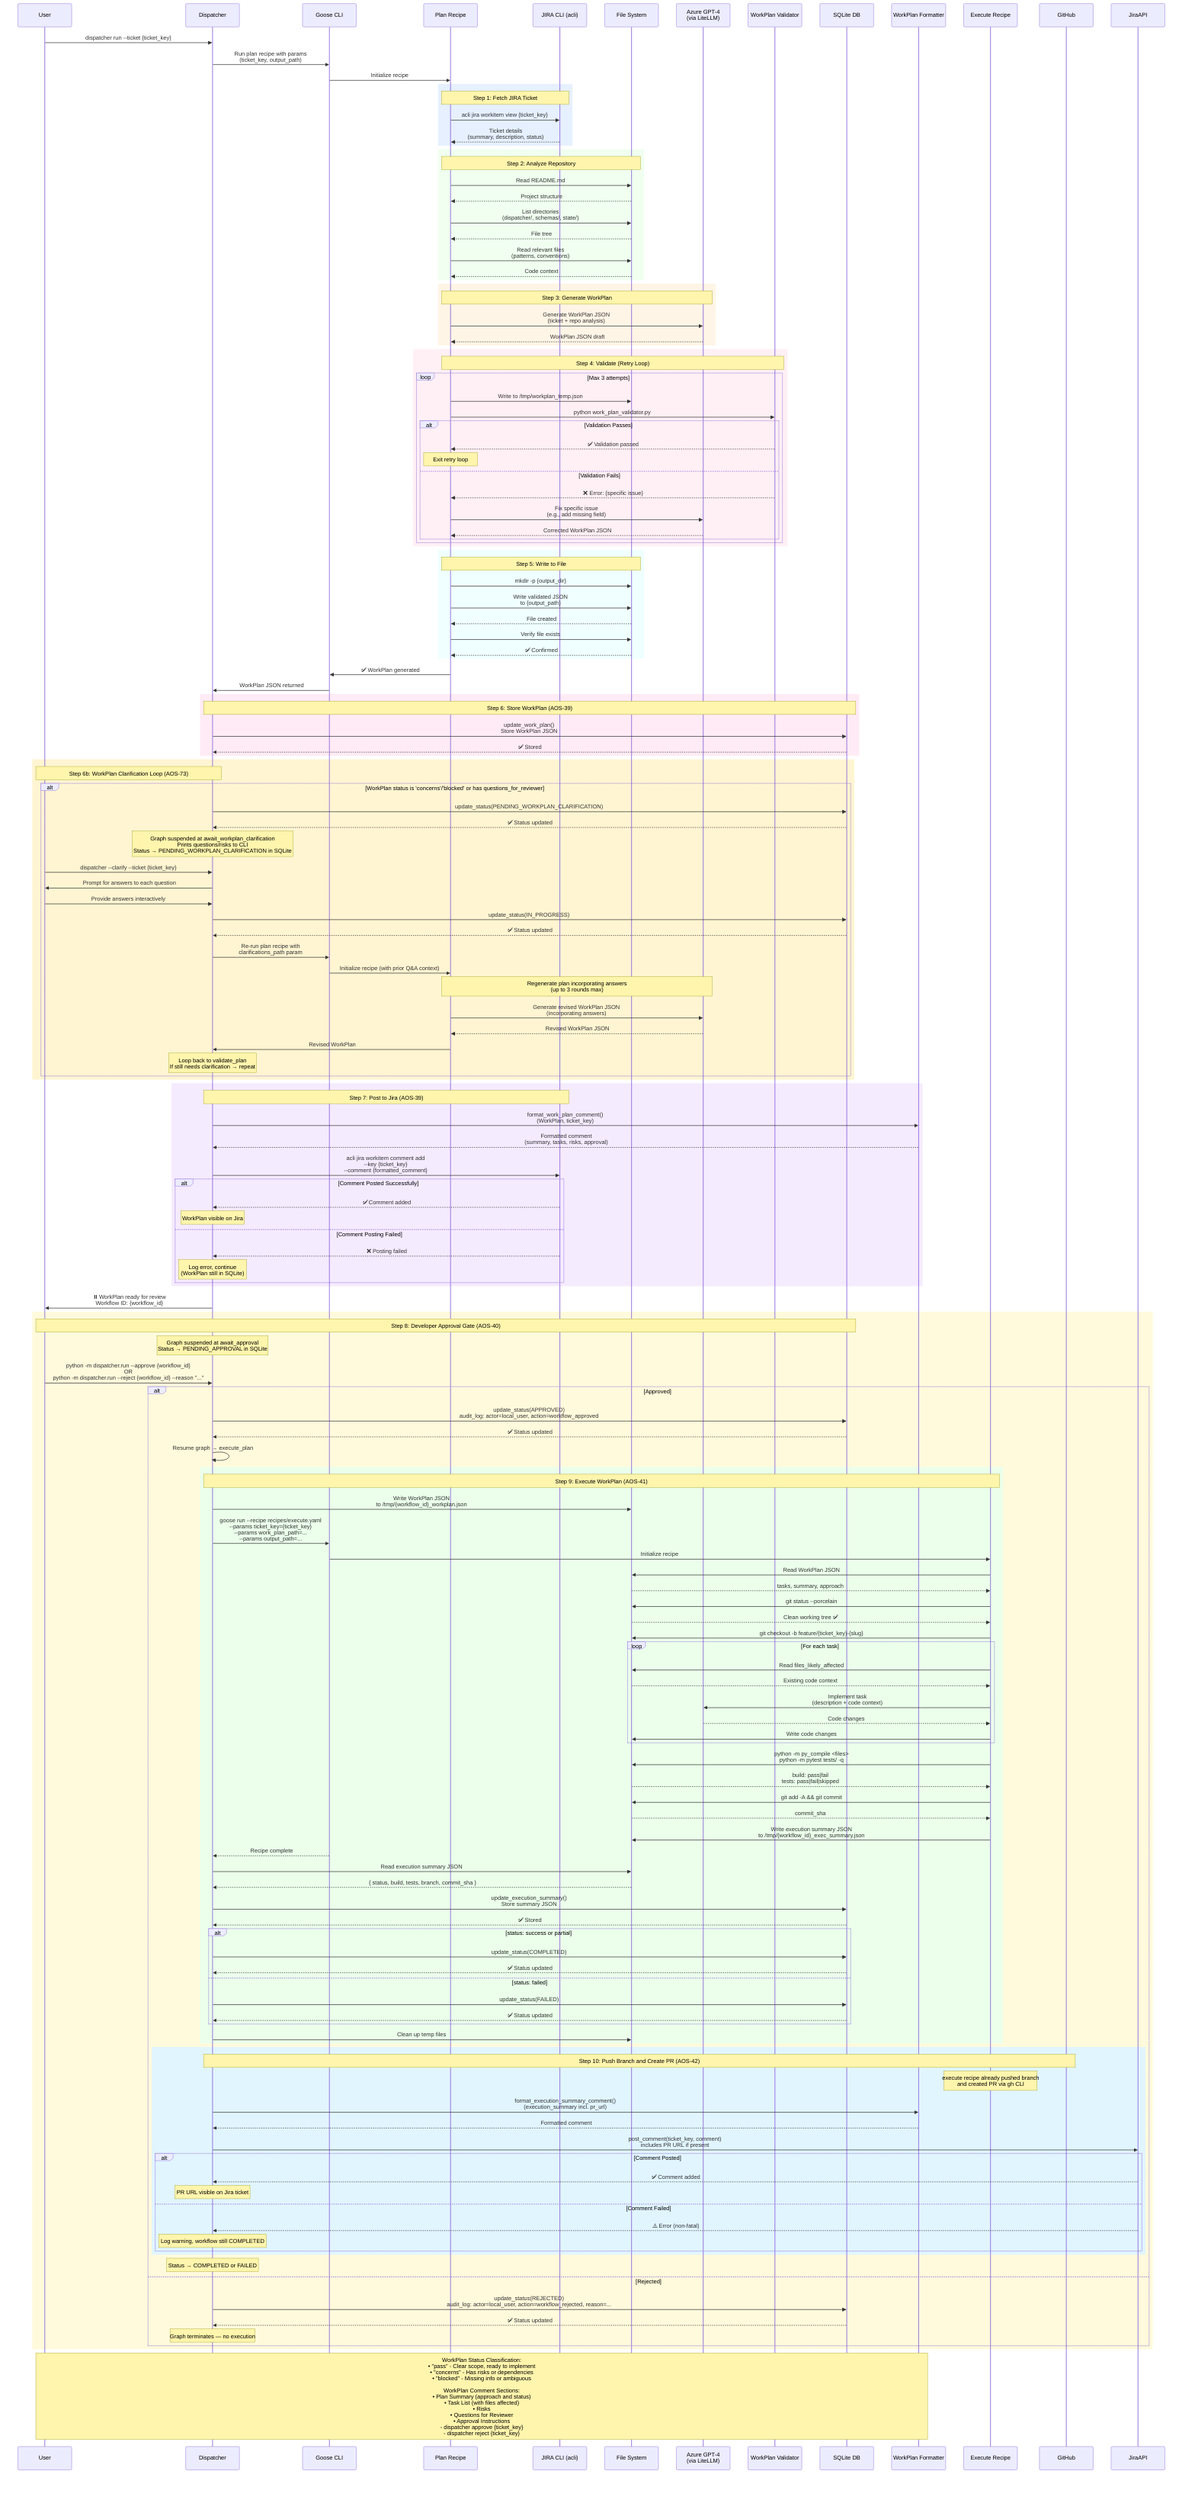
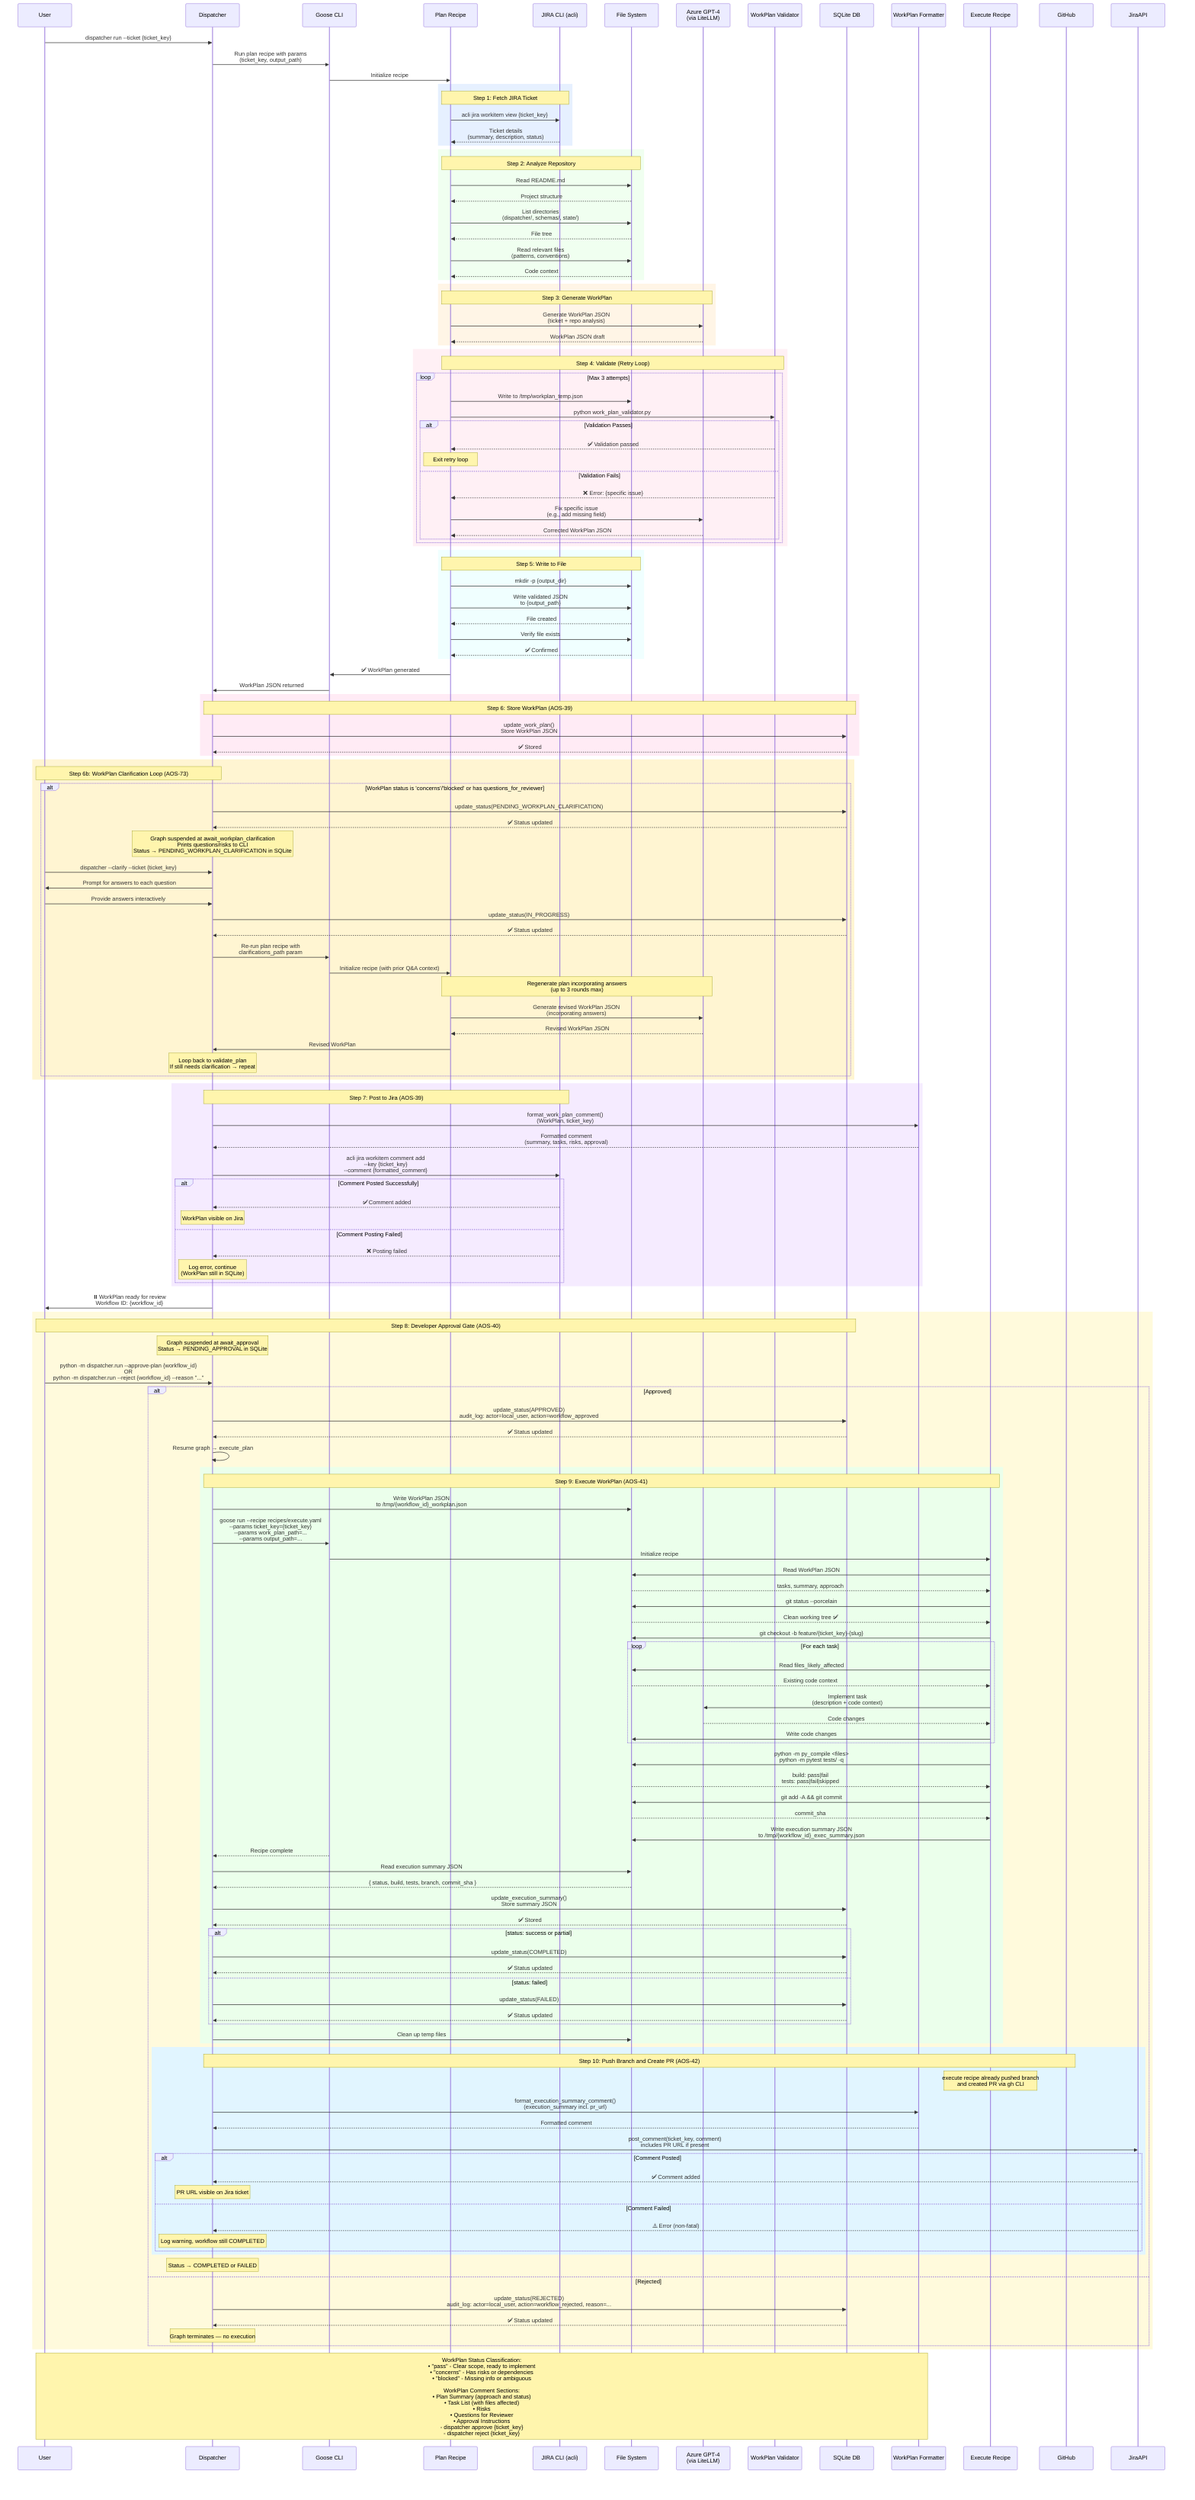
sequenceDiagram
    participant User
    participant Dispatcher as Dispatcher
    participant Goose as Goose CLI
    participant Recipe as Plan Recipe
    participant ACLI as JIRA CLI (acli)
    participant FileSystem as File System
    participant LLM as Azure GPT-4<br/>(via LiteLLM)
    participant Validator as WorkPlan Validator
    participant SQLite as SQLite DB
    participant Formatter as WorkPlan Formatter
    participant ExecRecipe as Execute Recipe

    User->>Dispatcher: dispatcher run --ticket {ticket_key}
    Dispatcher->>Goose: Run plan recipe with params<br/>(ticket_key, output_path)
    Goose->>Recipe: Initialize recipe

    rect rgb(230, 240, 255)
        Note over Recipe,ACLI: Step 1: Fetch JIRA Ticket
        Recipe->>ACLI: acli jira workitem view {ticket_key}
        ACLI-->>Recipe: Ticket details<br/>(summary, description, status)
    end

    rect rgb(240, 255, 240)
        Note over Recipe,FileSystem: Step 2: Analyze Repository
        Recipe->>FileSystem: Read README.md
        FileSystem-->>Recipe: Project structure
        Recipe->>FileSystem: List directories<br/>(dispatcher/, schemas/, state/)
        FileSystem-->>Recipe: File tree
        Recipe->>FileSystem: Read relevant files<br/>(patterns, conventions)
        FileSystem-->>Recipe: Code context
    end

    rect rgb(255, 245, 230)
        Note over Recipe,LLM: Step 3: Generate WorkPlan
        Recipe->>LLM: Generate WorkPlan JSON<br/>(ticket + repo analysis)
        LLM-->>Recipe: WorkPlan JSON draft
    end

    rect rgb(255, 240, 245)
        Note over Recipe,Validator: Step 4: Validate (Retry Loop)
        loop Max 3 attempts
            Recipe->>FileSystem: Write to /tmp/workplan_temp.json
            Recipe->>Validator: python work_plan_validator.py
            alt Validation Passes
                Validator-->>Recipe: ✅ Validation passed
                Note over Recipe: Exit retry loop
            else Validation Fails
                Validator-->>Recipe: ❌ Error: {specific issue}
                Recipe->>LLM: Fix specific issue<br/>(e.g., add missing field)
                LLM-->>Recipe: Corrected WorkPlan JSON
            end
        end
    end

    rect rgb(240, 255, 255)
        Note over Recipe,FileSystem: Step 5: Write to File
        Recipe->>FileSystem: mkdir -p {output_dir}
        Recipe->>FileSystem: Write validated JSON<br/>to {output_path}
        FileSystem-->>Recipe: File created
        Recipe->>FileSystem: Verify file exists
        FileSystem-->>Recipe: ✅ Confirmed
    end

    Recipe->>Goose: ✅ WorkPlan generated
    Goose->>Dispatcher: WorkPlan JSON returned

    rect rgb(255, 235, 245)
        Note over Dispatcher,SQLite: Step 6: Store WorkPlan (AOS-39)
        Dispatcher->>SQLite: update_work_plan()<br/>Store WorkPlan JSON
        SQLite-->>Dispatcher: ✅ Stored
    end

    rect rgb(255, 245, 210)
        Note over User,Dispatcher: Step 6b: WorkPlan Clarification Loop (AOS-73)
        alt WorkPlan status is 'concerns'/'blocked' or has questions_for_reviewer
            Dispatcher->>SQLite: update_status(PENDING_WORKPLAN_CLARIFICATION)
            SQLite-->>Dispatcher: ✅ Status updated
            Note over Dispatcher: Graph suspended at await_workplan_clarification<br/>Prints questions/risks to CLI<br/>Status → PENDING_WORKPLAN_CLARIFICATION in SQLite
            User->>Dispatcher: dispatcher --clarify --ticket {ticket_key}
            Dispatcher->>User: Prompt for answers to each question
            User->>Dispatcher: Provide answers interactively
            Dispatcher->>SQLite: update_status(IN_PROGRESS)
            SQLite-->>Dispatcher: ✅ Status updated
            Dispatcher->>Goose: Re-run plan recipe with<br/>clarifications_path param
            Goose->>Recipe: Initialize recipe (with prior Q&A context)
            Note over Recipe,LLM: Regenerate plan incorporating answers<br/>(up to 3 rounds max)
            Recipe->>LLM: Generate revised WorkPlan JSON<br/>(incorporating answers)
            LLM-->>Recipe: Revised WorkPlan JSON
            Recipe->>Dispatcher: Revised WorkPlan
            Note over Dispatcher: Loop back to validate_plan<br/>If still needs clarification → repeat
        end
    end

    rect rgb(245, 235, 255)
        Note over Dispatcher,ACLI: Step 7: Post to Jira (AOS-39)
        Dispatcher->>Formatter: format_work_plan_comment()<br/>(WorkPlan, ticket_key)
        Formatter-->>Dispatcher: Formatted comment<br/>(summary, tasks, risks, approval)
        Dispatcher->>ACLI: acli jira workitem comment add<br/>--key {ticket_key}<br/>--comment {formatted_comment}
        alt Comment Posted Successfully
            ACLI-->>Dispatcher: ✅ Comment added
            Note over Dispatcher: WorkPlan visible on Jira
        else Comment Posting Failed
            ACLI-->>Dispatcher: ❌ Posting failed
            Note over Dispatcher: Log error, continue<br/>(WorkPlan still in SQLite)
        end
    end

    Dispatcher->>User: ⏸️ WorkPlan ready for review<br/>Workflow ID: {workflow_id}

    rect rgb(255, 250, 220)
        Note over User,SQLite: Step 8: Developer Approval Gate (AOS-40)
        Note over Dispatcher: Graph suspended at await_approval<br/>Status → PENDING_APPROVAL in SQLite
-         User->>Dispatcher: python -m dispatcher.run --approve {workflow_id}<br/>OR<br/>python -m dispatcher.run --reject {workflow_id} --reason "..."
+         User->>Dispatcher: python -m dispatcher.run --approve-plan {workflow_id}<br/>OR<br/>python -m dispatcher.run --reject {workflow_id} --reason "..."
        alt Approved
            Dispatcher->>SQLite: update_status(APPROVED)<br/>audit_log: actor=local_user, action=workflow_approved
            SQLite-->>Dispatcher: ✅ Status updated
            Dispatcher->>Dispatcher: Resume graph → execute_plan

            rect rgb(235, 255, 235)
                Note over Dispatcher,ExecRecipe: Step 9: Execute WorkPlan (AOS-41)
                Dispatcher->>FileSystem: Write WorkPlan JSON<br/>to /tmp/{workflow_id}_workplan.json
                Dispatcher->>Goose: goose run --recipe recipes/execute.yaml<br/>--params ticket_key={ticket_key}<br/>--params work_plan_path=...<br/>--params output_path=...
                Goose->>ExecRecipe: Initialize recipe
                ExecRecipe->>FileSystem: Read WorkPlan JSON
                FileSystem-->>ExecRecipe: tasks, summary, approach
                ExecRecipe->>FileSystem: git status --porcelain
                FileSystem-->>ExecRecipe: Clean working tree ✅
                ExecRecipe->>FileSystem: git checkout -b feature/{ticket_key}-{slug}
                loop For each task
                    ExecRecipe->>FileSystem: Read files_likely_affected
                    FileSystem-->>ExecRecipe: Existing code context
                    ExecRecipe->>LLM: Implement task<br/>(description + code context)
                    LLM-->>ExecRecipe: Code changes
                    ExecRecipe->>FileSystem: Write code changes
                end
                ExecRecipe->>FileSystem: python -m py_compile <files><br/>python -m pytest tests/ -q
                FileSystem-->>ExecRecipe: build: pass|fail<br/>tests: pass|fail|skipped
                ExecRecipe->>FileSystem: git add -A && git commit
                FileSystem-->>ExecRecipe: commit_sha
                ExecRecipe->>FileSystem: Write execution summary JSON<br/>to /tmp/{workflow_id}_exec_summary.json
                Goose-->>Dispatcher: Recipe complete
                Dispatcher->>FileSystem: Read execution summary JSON
                FileSystem-->>Dispatcher: { status, build, tests, branch, commit_sha }
                Dispatcher->>SQLite: update_execution_summary()<br/>Store summary JSON
                SQLite-->>Dispatcher: ✅ Stored
                alt status: success or partial
                    Dispatcher->>SQLite: update_status(COMPLETED)
                    SQLite-->>Dispatcher: ✅ Status updated
                else status: failed
                    Dispatcher->>SQLite: update_status(FAILED)
                    SQLite-->>Dispatcher: ✅ Status updated
                end
                Dispatcher->>FileSystem: Clean up temp files
            end

            rect rgb(225, 245, 255)
                Note over Dispatcher,GitHub: Step 10: Push Branch and Create PR (AOS-42)
                Note over ExecRecipe: execute recipe already pushed branch<br/>and created PR via gh CLI
                Dispatcher->>Formatter: format_execution_summary_comment()<br/>(execution_summary incl. pr_url)
                Formatter-->>Dispatcher: Formatted comment
                Dispatcher->>JiraAPI: post_comment(ticket_key, comment)<br/>includes PR URL if present
                alt Comment Posted
                    JiraAPI-->>Dispatcher: ✅ Comment added
                    Note over Dispatcher: PR URL visible on Jira ticket
                else Comment Failed
                    JiraAPI-->>Dispatcher: ⚠️ Error (non-fatal)
                    Note over Dispatcher: Log warning, workflow still COMPLETED
                end
            end

            Note over Dispatcher: Status → COMPLETED or FAILED
        else Rejected
            Dispatcher->>SQLite: update_status(REJECTED)<br/>audit_log: actor=local_user, action=workflow_rejected, reason=...
            SQLite-->>Dispatcher: ✅ Status updated
            Note over Dispatcher: Graph terminates — no execution
        end
    end

    Note over User,Formatter: WorkPlan Status Classification:<br/>• "pass" - Clear scope, ready to implement<br/>• "concerns" - Has risks or dependencies<br/>• "blocked" - Missing info or ambiguous<br/><br/>WorkPlan Comment Sections:<br/>• Plan Summary (approach and status)<br/>• Task List (with files affected)<br/>• Risks<br/>• Questions for Reviewer<br/>• Approval Instructions<br/>  - dispatcher approve {ticket_key}<br/>  - dispatcher reject {ticket_key}
